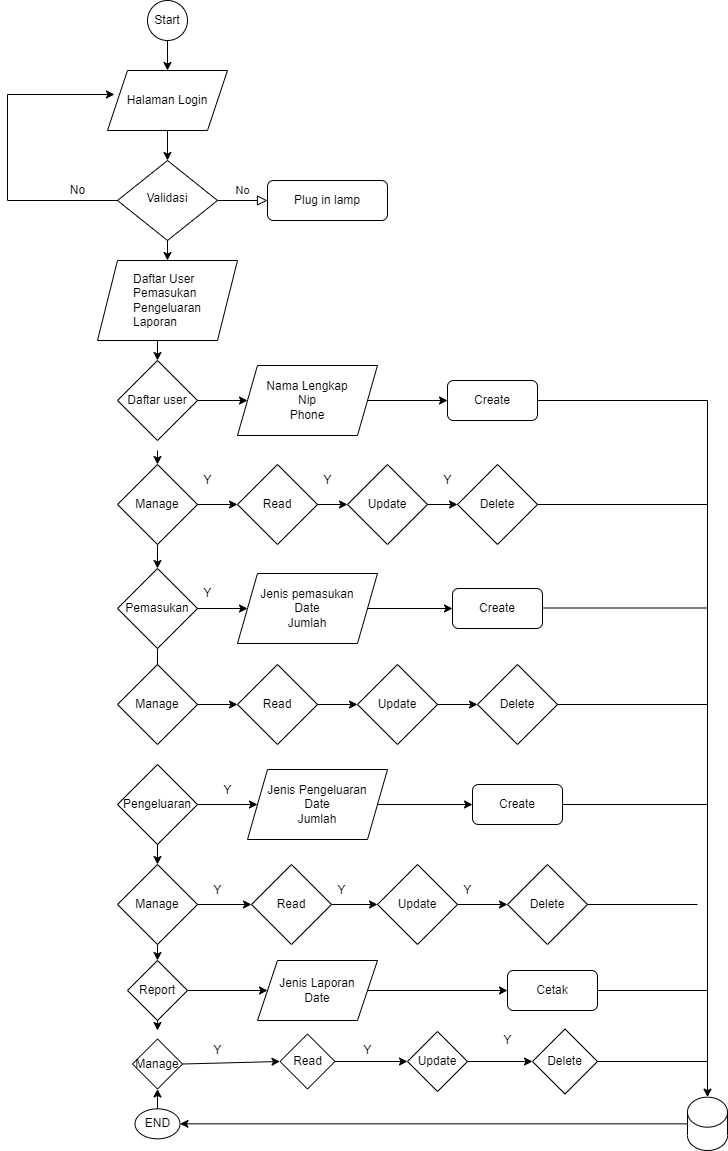
Earlier version of the draw.io export Perancangan/FlowCart.drawio.png (stenlyysamberi/kasqu). Source tidied: cells renumbered, new cells last; positions are measured from the earlier drawing's top-left corner, leaving out a move shared by most shapes.
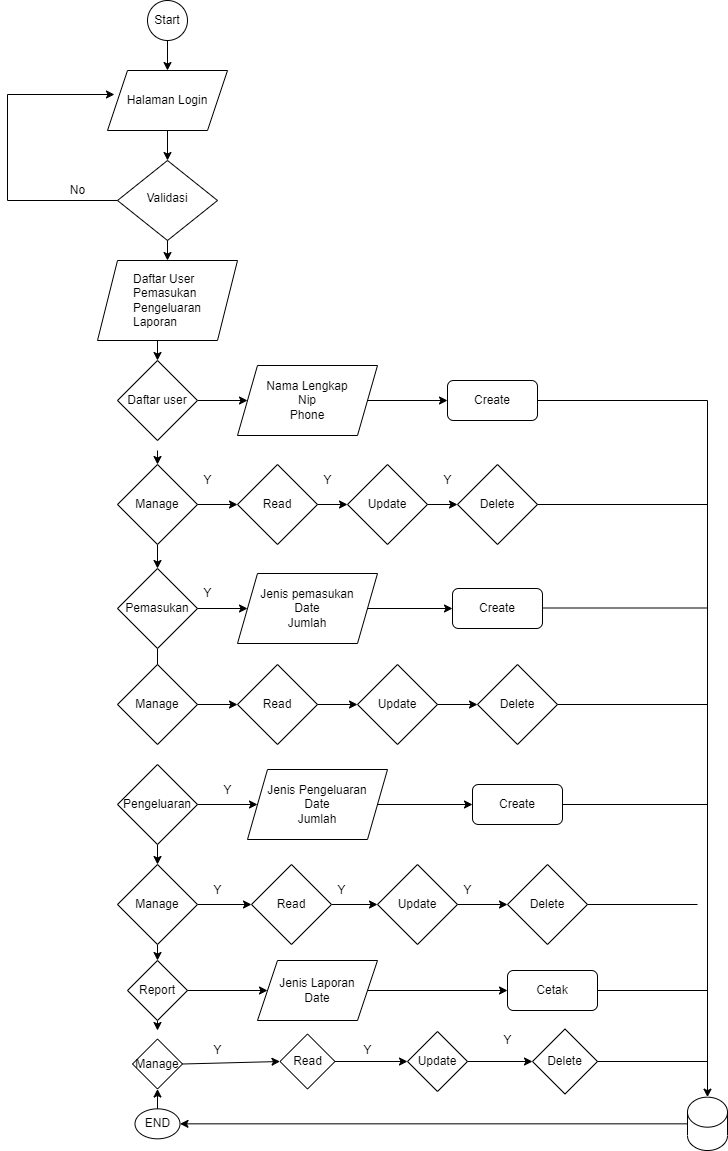
The same file after the commit.

The edit, as a diff of the source:
```diff
@@ -2,15 +2,9 @@
   <root>
     <mxCell id="0" />
     <mxCell id="1" parent="0" />
-    <mxCell id="2" value="No" style="edgeStyle=orthogonalEdgeStyle;rounded=0;html=1;jettySize=auto;fontSize=11;endArrow=block;endFill=0;endSize=8;strokeWidth=1;shadow=0;labelBackgroundColor=none;" parent="1" edge="1" source="3" target="4">
-      <mxGeometry y="10" relative="1" as="geometry" />
-    </mxCell>
     <mxCell id="3" value="Validasi" style="rhombus;whiteSpace=wrap;html=1;shadow=0;fontFamily=Helvetica;fontSize=12;align=center;strokeWidth=1;spacing=6;spacingTop=-4;" parent="1" vertex="1">
       <mxGeometry x="110" y="160" width="100" height="80" as="geometry" />
     </mxCell>
-    <mxCell id="4" value="Plug in lamp" style="rounded=1;whiteSpace=wrap;html=1;fontSize=12;glass=0;strokeWidth=1;shadow=0;" parent="1" vertex="1">
-      <mxGeometry x="260" y="180" width="120" height="40" as="geometry" />
-    </mxCell>
     <mxCell id="5" value="Start" style="ellipse;whiteSpace=wrap;html=1;" parent="1" vertex="1">
       <mxGeometry x="140" width="40" height="40" as="geometry" />
     </mxCell>
```
